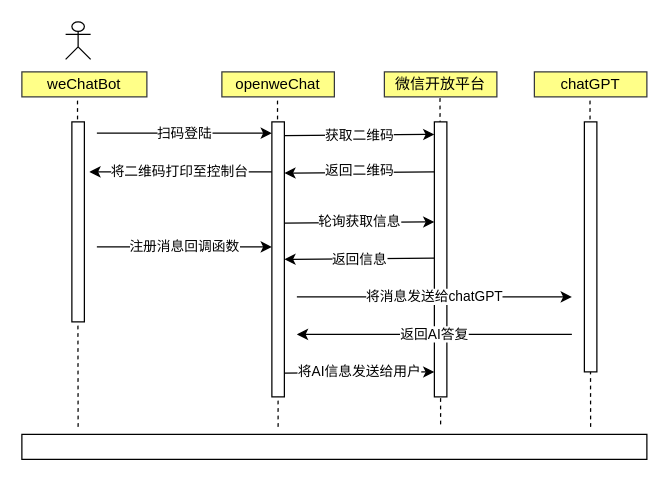
Earlier version of the draw.io diagram 未命名绘图.drawio (LlYyPp0402/lyp.github.io). Source tidied: cells renumbered, new cells numbered last; positions are measured from the earlier drawing's top-left corner, leaving out a move shared by most shapes. Both pictures are drawn from the tidied source at 125%, with x=0, y=0 at pixel (21, 21).
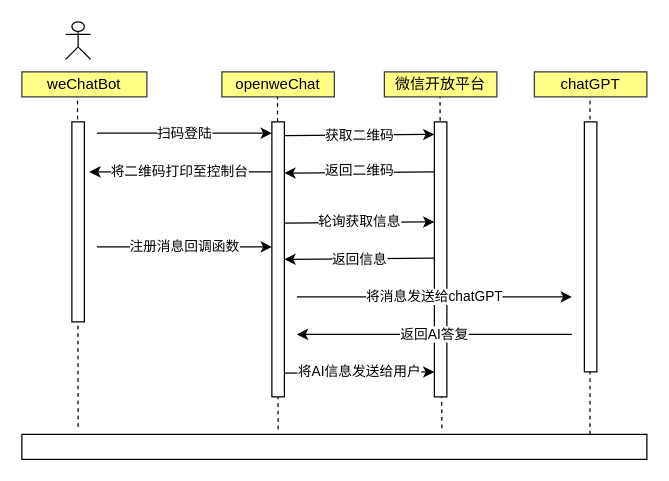
After the change.

Unchanged cells that the change refers to:
```xml
<mxCell id="25" style="rounded=0;whiteSpace=wrap;html=1;fontColor=#000000;" parent="1" vertex="1">
  <mxGeometry y="330" width="500" height="20" as="geometry" />
</mxCell>
```

What changed in the source:
```diff
@@
-    <mxCell id="2" style="endArrow=none;html=1;rounded=1;fontColor=#000000;endFill=0;dashed=1;exitX=0.09;exitY=-0.3;exitDx=0;exitDy=0;exitPerimeter=0;strokeWidth=1;" parent="1" edge="1">
+    <mxCell id="2" style="endArrow=none;html=1;rounded=1;fontColor=#000000;endFill=0;dashed=1;exitX=0.909;exitY=0;exitDx=0;exitDy=0;exitPerimeter=0;strokeWidth=1;" parent="1" edge="1" source="25">
       <mxGeometry relative="1" as="geometry">
-        <mxPoint x="455" y="324" as="sourcePoint" />
         <mxPoint x="454.5" y="60" as="targetPoint" />
       </mxGeometry>
     </mxCell>
-    <mxCell id="3" style="endArrow=none;html=1;rounded=1;fontColor=#000000;endFill=0;dashed=1;exitX=0.09;exitY=-0.3;exitDx=0;exitDy=0;exitPerimeter=0;strokeWidth=1;" parent="1" edge="1">
+    <mxCell id="3" style="endArrow=none;html=1;rounded=1;fontColor=#000000;endFill=0;dashed=1;exitX=0.672;exitY=-0.25;exitDx=0;exitDy=0;exitPerimeter=0;strokeWidth=1;" parent="1" edge="1" source="25">
       <mxGeometry relative="1" as="geometry">
-        <mxPoint x="335" y="322" as="sourcePoint" />
         <mxPoint x="334.5" y="58" as="targetPoint" />
       </mxGeometry>
     </mxCell>
-    <mxCell id="4" style="endArrow=none;html=1;rounded=1;fontColor=#000000;endFill=0;dashed=1;exitX=0.09;exitY=-0.3;exitDx=0;exitDy=0;exitPerimeter=0;strokeWidth=1;" parent="1" edge="1">
+    <mxCell id="4" style="endArrow=none;html=1;rounded=1;fontColor=#000000;endFill=0;dashed=1;exitX=0.41;exitY=-0.2;exitDx=0;exitDy=0;exitPerimeter=0;strokeWidth=1;" parent="1" edge="1" source="25">
       <mxGeometry relative="1" as="geometry">
-        <mxPoint x="205" y="324" as="sourcePoint" />
         <mxPoint x="204.5" y="60" as="targetPoint" />
       </mxGeometry>
     </mxCell>
```
